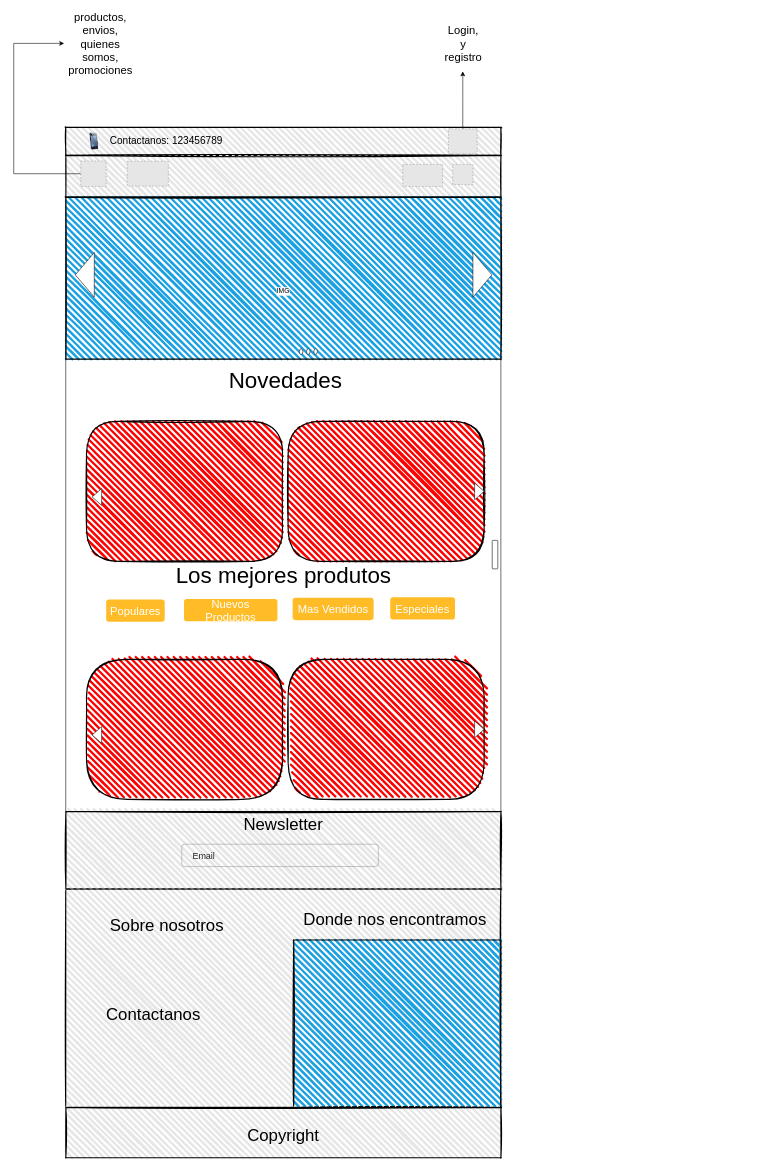
Evaristodantur/BierClub keeps this draw.io diagram as page "Page-3" (3 of 3) of Bocetos/Bocetos-de-Home/Home-768.drawio. Above is the earlier version. Source tidied: cells renumbered, new cells numbered last; positions are measured from the earlier drawing's top-left corner, leaving out a move shared by most shapes. Both pictures are drawn from the tidied source at 56%, with x=0, y=0 at pixel (13, 38). Pictures stored in the file or linked from it are replaced by grey dashed boxes.
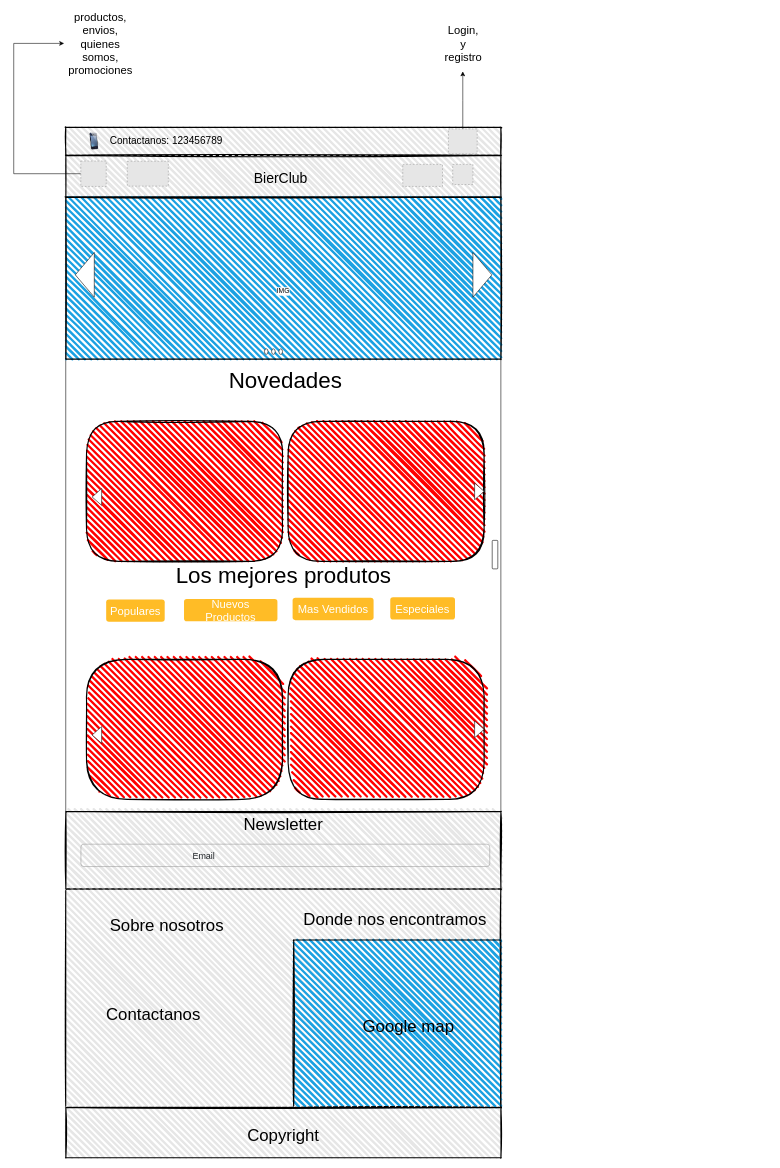
After the change.

The edit, as a diff of the source:
```diff
@@
     <mxCell id="22" style="group;" parent="1" vertex="1">
-      <mxGeometry x="300" y="1440" width="368.7" height="39.9" as="geometry" />
+      <mxGeometry x="300" y="1440" width="550" height="39.9" as="geometry" />
     </mxCell>
@@
     <mxCell id="24" style="html=1;shadow=0;dashed=0;shape=mxgraph.bootstrap.rrect;rSize=5;fillColor=none;strokeColor=#999999;align=left;spacing=15;fontSize=16;fontColor=#6C767D;" parent="22" vertex="1">
-      <mxGeometry width="351.1" height="39.9" as="geometry" />
+      <mxGeometry x="-180" width="730" height="39.9" as="geometry" />
     </mxCell>
@@
     <mxCell id="44" style="ellipse;whiteSpace=wrap;html=1;fontSize=22;" parent="1" vertex="1">
-      <mxGeometry x="510" y="555.4" width="6.4" height="9.9" as="geometry" />
+      <mxGeometry x="447.7" y="555.4" width="6.4" height="9.9" as="geometry" />
     </mxCell>
     <mxCell id="45" style="ellipse;whiteSpace=wrap;html=1;fontSize=22;" parent="1" vertex="1">
-      <mxGeometry x="522.8" y="555.4" width="6.4" height="9.9" as="geometry" />
+      <mxGeometry x="460.5" y="555.4" width="6.4" height="9.9" as="geometry" />
     </mxCell>
     <mxCell id="46" style="ellipse;whiteSpace=wrap;html=1;fontSize=22;" parent="1" vertex="1">
-      <mxGeometry x="535.9" y="555.4" width="6.4" height="9.9" as="geometry" />
+      <mxGeometry x="473.6" y="555.4" width="6.4" height="9.9" as="geometry" />
     </mxCell>
@@
+    <mxCell id="50" value="&lt;font style=&quot;font-size: 30px&quot;&gt;Google map&lt;/font&gt;" style="text;html=1;strokeColor=none;fillColor=none;align=center;verticalAlign=middle;whiteSpace=wrap;rounded=0;fontSize=40;" parent="1" vertex="1">
+      <mxGeometry x="60" y="1750" width="1290" height="20" as="geometry" />
+    </mxCell>
+    <mxCell id="51" value="&lt;font style=&quot;font-size: 25px&quot;&gt;BierClub&lt;/font&gt;" style="text;html=1;strokeColor=none;fillColor=none;align=center;verticalAlign=middle;whiteSpace=wrap;rounded=0;fontSize=40;" parent="1" vertex="1">
+      <mxGeometry x="387.8" y="234.1" width="177.9" height="19.9" as="geometry" />
+    </mxCell>
```
